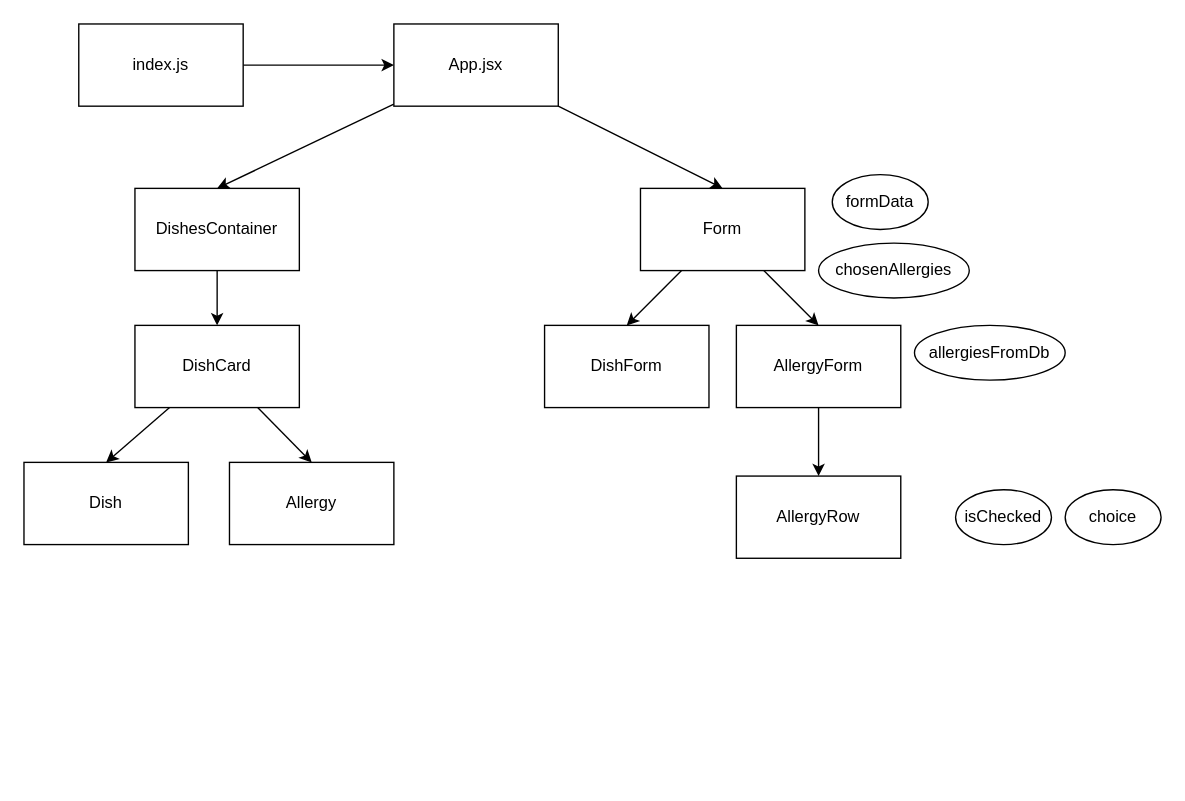
Earlier version of the draw.io diagram public/v1.drawio (matthewkohn/allergy-tracker-client). Source tidied: cells renumbered, new cells numbered last; positions are measured from the earlier drawing's top-left corner, leaving out a move shared by most shapes. Both pictures are drawn from the tidied source at 137%, with x=0, y=0 at pixel (23, 23).
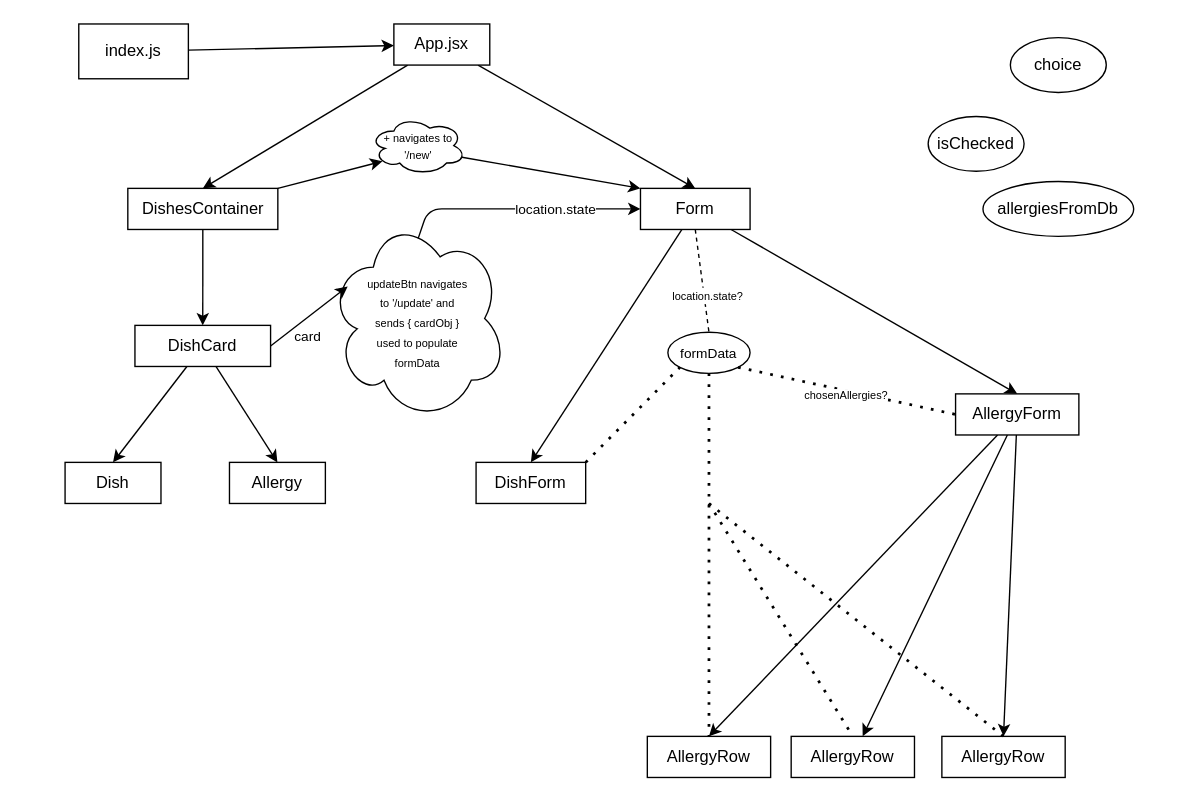
The same page after the edit.

Commit message (it also covers changes not shown here):
Refactored flashcards from DishesContainer so formData is uniform throughout the app

What changed in the source:
```diff
@@
     <mxCell id="3" value="index.js" style="rounded=0;whiteSpace=wrap;html=1;" parent="1" vertex="1">
-      <mxGeometry x="40" width="120" height="60" as="geometry" />
+      <mxGeometry x="40" width="80" height="40" as="geometry" />
     </mxCell>
@@
     <mxCell id="6" value="App.jsx" style="rounded=0;whiteSpace=wrap;html=1;" parent="1" vertex="1">
-      <mxGeometry x="270" width="120" height="60" as="geometry" />
+      <mxGeometry x="270" width="70" height="30" as="geometry" />
     </mxCell>
@@
     <mxCell id="8" value="DishesContainer" style="rounded=0;whiteSpace=wrap;html=1;" parent="1" vertex="1">
-      <mxGeometry x="81" y="120" width="120" height="60" as="geometry" />
+      <mxGeometry x="75.8" y="120" width="109.5" height="30" as="geometry" />
     </mxCell>
@@
     <mxCell id="11" value="DishCard" style="rounded=0;whiteSpace=wrap;html=1;" parent="1" vertex="1">
-      <mxGeometry x="81" y="220" width="120" height="60" as="geometry" />
+      <mxGeometry x="81" y="220" width="99" height="30" as="geometry" />
     </mxCell>
     <mxCell id="12" value="Dish" style="rounded=0;whiteSpace=wrap;html=1;" parent="1" vertex="1">
-      <mxGeometry y="320" width="120" height="60" as="geometry" />
+      <mxGeometry x="30" y="320" width="70" height="30" as="geometry" />
     </mxCell>
     <mxCell id="13" value="Allergy" style="rounded=0;whiteSpace=wrap;html=1;" parent="1" vertex="1">
-      <mxGeometry x="150" y="320" width="120" height="60" as="geometry" />
+      <mxGeometry x="150" y="320" width="70" height="30" as="geometry" />
     </mxCell>
@@
     <mxCell id="16" value="Form" style="rounded=0;whiteSpace=wrap;html=1;" parent="1" vertex="1">
-      <mxGeometry x="450" y="120" width="120" height="60" as="geometry" />
+      <mxGeometry x="450" y="120" width="80" height="30" as="geometry" />
     </mxCell>
     <mxCell id="17" value="DishForm" style="rounded=0;whiteSpace=wrap;html=1;" parent="1" vertex="1">
-      <mxGeometry x="380" y="220" width="120" height="60" as="geometry" />
+      <mxGeometry x="330" y="320" width="80" height="30" as="geometry" />
     </mxCell>
@@
+    <mxCell id="26" style="edgeStyle=none;html=1;entryX=0.5;entryY=0;entryDx=0;entryDy=0;" parent="1" edge="1" source="19" target="28">
+      <mxGeometry relative="1" as="geometry" />
+    </mxCell>
+    <mxCell id="27" style="edgeStyle=none;html=1;entryX=0.5;entryY=0;entryDx=0;entryDy=0;" parent="1" edge="1" source="19" target="29">
+      <mxGeometry relative="1" as="geometry" />
+    </mxCell>
     <mxCell id="19" value="AllergyForm" style="rounded=0;whiteSpace=wrap;html=1;" parent="1" vertex="1">
-      <mxGeometry x="520" y="220" width="120" height="60" as="geometry" />
+      <mxGeometry x="680" y="270" width="90" height="30" as="geometry" />
     </mxCell>
     <mxCell id="20" value="AllergyRow" style="rounded=0;whiteSpace=wrap;html=1;" parent="1" vertex="1">
-      <mxGeometry x="520" y="330" width="120" height="60" as="geometry" />
+      <mxGeometry x="560" y="520" width="90" height="30" as="geometry" />
     </mxCell>
-    <mxCell id="21" value="formData" style="ellipse;whiteSpace=wrap;html=1;" parent="1" vertex="1">
-      <mxGeometry x="590" y="110" width="70" height="40" as="geometry" />
+    <mxCell id="21" value="&lt;font style=&quot;font-size: 10px&quot;&gt;formData&lt;/font&gt;" style="ellipse;whiteSpace=wrap;html=1;" parent="1" vertex="1">
+      <mxGeometry x="470" y="225" width="60" height="30" as="geometry" />
     </mxCell>
-    <mxCell id="22" value="chosenAllergies" style="ellipse;whiteSpace=wrap;html=1;" parent="1" vertex="1">
-      <mxGeometry x="580" y="160" width="110" height="40" as="geometry" />
-    </mxCell>
     <mxCell id="23" value="choice" style="ellipse;whiteSpace=wrap;html=1;" parent="1" vertex="1">
-      <mxGeometry x="760" y="340" width="70" height="40" as="geometry" />
+      <mxGeometry x="720" y="10" width="70" height="40" as="geometry" />
     </mxCell>
     <mxCell id="24" value="allergiesFromDb" style="ellipse;whiteSpace=wrap;html=1;" parent="1" vertex="1">
-      <mxGeometry x="650" y="220" width="110" height="40" as="geometry" />
+      <mxGeometry x="700" y="115" width="110" height="40" as="geometry" />
     </mxCell>
     <mxCell id="25" value="isChecked" style="ellipse;whiteSpace=wrap;html=1;" parent="1" vertex="1">
-      <mxGeometry x="680" y="340" width="70" height="40" as="geometry" />
+      <mxGeometry x="660" y="67.5" width="70" height="40" as="geometry" />
     </mxCell>
+    <mxCell id="28" value="AllergyRow" style="rounded=0;whiteSpace=wrap;html=1;" parent="1" vertex="1">
+      <mxGeometry x="455" y="520" width="90" height="30" as="geometry" />
+    </mxCell>
+    <mxCell id="29" value="AllergyRow" style="rounded=0;whiteSpace=wrap;html=1;" parent="1" vertex="1">
+      <mxGeometry x="670" y="520" width="90" height="30" as="geometry" />
+    </mxCell>
+    <mxCell id="30" style="ellipse;shape=cloud;whiteSpace=wrap;html=1;fontSize=10;" parent="1" vertex="1">
+      <mxGeometry x="222.5" y="140" width="130" height="150" as="geometry" />
+    </mxCell>
+    <mxCell id="31" value="&lt;p&gt;&lt;span style=&quot;font-size: 8px ; font-weight: normal&quot;&gt;updateBtn navigates to '/update' and sends { cardObj } used to populate formData&lt;/span&gt;&lt;/p&gt;" style="text;html=1;strokeColor=none;fillColor=none;spacing=5;spacingTop=-20;whiteSpace=wrap;overflow=hidden;rounded=0;align=center;" parent="1" vertex="1">
+      <mxGeometry x="245" y="180" width="85" height="80" as="geometry" />
+    </mxCell>
+    <mxCell id="32" style="endArrow=classic;html=1;fontSize=10;exitX=0.502;exitY=0.11;exitDx=0;exitDy=0;entryX=0;entryY=0.5;entryDx=0;entryDy=0;exitPerimeter=0;" parent="1" edge="1" source="30" target="16">
+      <mxGeometry relative="1" as="geometry">
+        <Array as="points">
+          <mxPoint x="295" y="135" />
+        </Array>
+      </mxGeometry>
+    </mxCell>
+    <mxCell id="33" value="location.state" style="edgeLabel;html=1;align=center;verticalAlign=middle;fontSize=10;" parent="32" vertex="1">
+      <mxGeometry x="0.3" y="1" relative="1" as="geometry" />
+    </mxCell>
+    <mxCell id="34" style="endArrow=classic;html=1;fontSize=10;exitX=1;exitY=0.5;exitDx=0;exitDy=0;entryX=0.106;entryY=0.344;entryDx=0;entryDy=0;entryPerimeter=0;" parent="1" edge="1" source="11" target="30">
+      <mxGeometry relative="1" as="geometry" />
+    </mxCell>
+    <mxCell id="35" value="card" style="edgeLabel;html=1;align=center;verticalAlign=middle;fontSize=10;" parent="34" vertex="1">
+      <mxGeometry x="-0.43" y="1" relative="1" as="geometry">
+        <mxPoint x="11" y="6" as="offset" />
+      </mxGeometry>
+    </mxCell>
+    <mxCell id="36" value="&lt;font style=&quot;font-size: 8px&quot;&gt;+ navigates to '/new'&lt;/font&gt;" style="ellipse;shape=cloud;whiteSpace=wrap;html=1;fontSize=10;" parent="1" vertex="1">
+      <mxGeometry x="252.5" y="67.5" width="70" height="42.5" as="geometry" />
+    </mxCell>
+    <mxCell id="37" style="endArrow=classic;html=1;fontSize=10;exitX=1;exitY=0;exitDx=0;exitDy=0;entryX=0.13;entryY=0.77;entryDx=0;entryDy=0;entryPerimeter=0;" parent="1" edge="1" source="8" target="36">
+      <mxGeometry relative="1" as="geometry" />
+    </mxCell>
+    <mxCell id="38" style="endArrow=classic;html=1;fontSize=10;exitX=0.96;exitY=0.7;exitDx=0;exitDy=0;exitPerimeter=0;entryX=0;entryY=0;entryDx=0;entryDy=0;startArrow=none;" parent="1" edge="1" source="36" target="16">
+      <mxGeometry relative="1" as="geometry" />
+    </mxCell>
+    <mxCell id="39" style="endArrow=none;dashed=1;html=1;fontSize=10;exitX=0.5;exitY=1;exitDx=0;exitDy=0;entryX=0.5;entryY=0;entryDx=0;entryDy=0;" parent="1" edge="1" source="16" target="21">
+      <mxGeometry relative="1" as="geometry" />
+    </mxCell>
+    <mxCell id="40" value="&lt;font style=&quot;font-size: 8px&quot;&gt;location.state?&lt;/font&gt;" style="edgeLabel;html=1;align=center;verticalAlign=middle;fontSize=10;" parent="39" vertex="1">
+      <mxGeometry x="0.26" y="2" relative="1" as="geometry" />
+    </mxCell>
+    <mxCell id="41" style="endArrow=none;dashed=1;html=1;dashPattern=1 3;strokeWidth=2;fontSize=8;exitX=1;exitY=0;exitDx=0;exitDy=0;entryX=0;entryY=1;entryDx=0;entryDy=0;" parent="1" edge="1" source="17" target="21">
+      <mxGeometry relative="1" as="geometry" />
+    </mxCell>
+    <mxCell id="42" style="endArrow=none;dashed=1;html=1;dashPattern=1 3;strokeWidth=2;fontSize=8;exitX=0.5;exitY=1;exitDx=0;exitDy=0;entryX=0.5;entryY=0;entryDx=0;entryDy=0;" parent="1" edge="1" source="21" target="28">
+      <mxGeometry relative="1" as="geometry" />
+    </mxCell>
+    <mxCell id="43" style="endArrow=none;dashed=1;html=1;dashPattern=1 3;strokeWidth=2;fontSize=8;entryX=0.5;entryY=0;entryDx=0;entryDy=0;" parent="1" edge="1" target="20">
+      <mxGeometry relative="1" as="geometry">
+        <mxPoint x="500" y="350" as="sourcePoint" />
+      </mxGeometry>
+    </mxCell>
+    <mxCell id="44" style="endArrow=none;dashed=1;html=1;dashPattern=1 3;strokeWidth=2;fontSize=8;entryX=0.5;entryY=0;entryDx=0;entryDy=0;" parent="1" edge="1" target="29">
+      <mxGeometry relative="1" as="geometry">
+        <mxPoint x="500" y="350" as="sourcePoint" />
+      </mxGeometry>
+    </mxCell>
+    <mxCell id="45" style="endArrow=none;dashed=1;html=1;dashPattern=1 3;strokeWidth=2;fontSize=8;exitX=1;exitY=1;exitDx=0;exitDy=0;entryX=0;entryY=0.5;entryDx=0;entryDy=0;" parent="1" edge="1" source="21" target="19">
+      <mxGeometry relative="1" as="geometry" />
+    </mxCell>
+    <mxCell id="46" value="chosenAllergies?" style="edgeLabel;html=1;align=center;verticalAlign=middle;fontSize=8;" parent="45" vertex="1">
+      <mxGeometry x="0.37" relative="1" as="geometry">
+        <mxPoint x="-30" y="-4" as="offset" />
+      </mxGeometry>
+    </mxCell>
```
